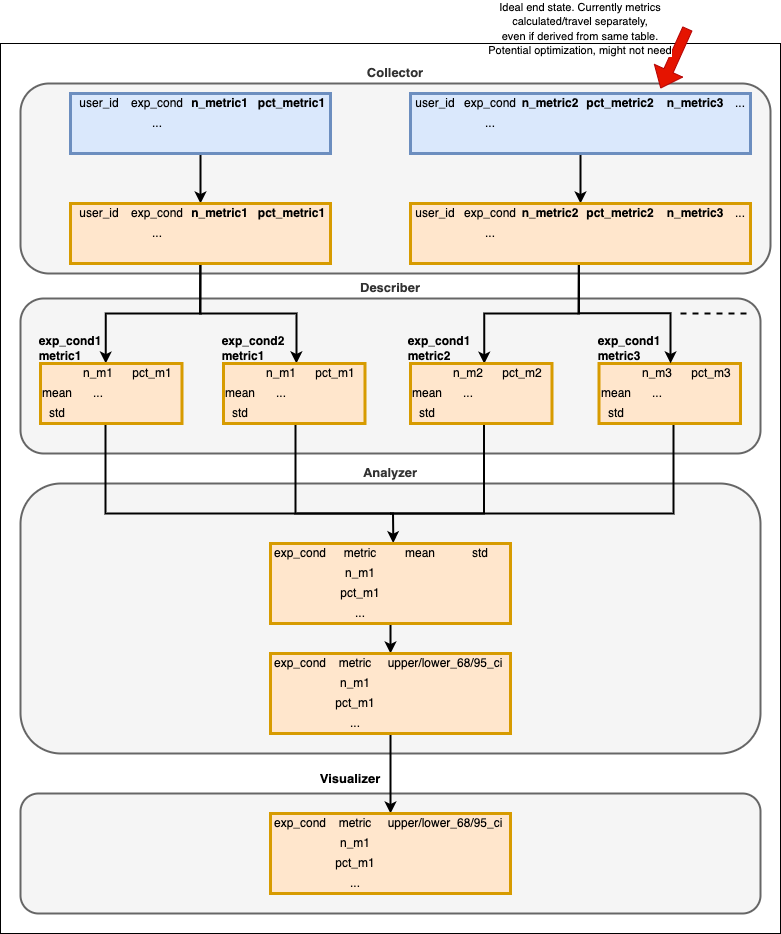
The draw.io diagram images/data_arch.drawio.png in kylekovac/abautomator-swipe, before a commit. Source tidied: cells renumbered, new cells last; positions are measured from the earlier drawing's top-left corner, leaving out a move shared by most shapes.
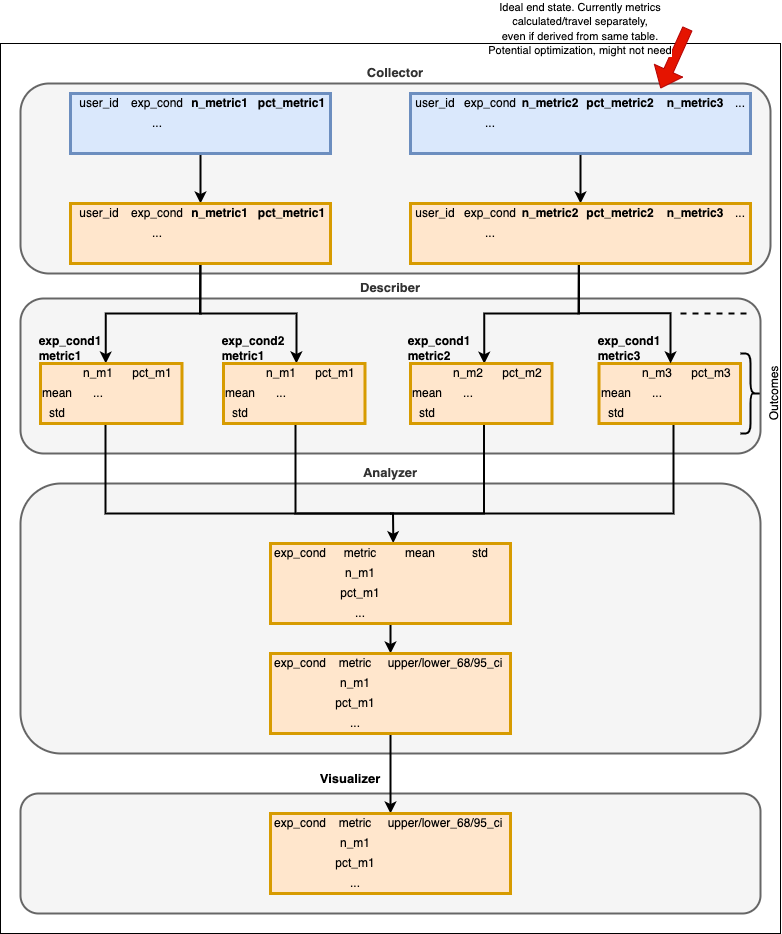
Later version of the same file.

The edit, as a diff of the source:
```diff
@@ -685,5 +685,8 @@
     <mxCell id="209" style="shape=partialRectangle;html=1;whiteSpace=wrap;fillColor=none;top=0;left=0;bottom=0;right=0;overflow=hidden;" parent="206" vertex="1">
       <mxGeometry x="82" width="60" height="20" as="geometry" />
     </mxCell>
+    <mxCell id="210" value="Outcomes" style="shape=curlyBracket;whiteSpace=wrap;html=1;rounded=1;flipH=1;strokeWidth=2;labelPosition=right;verticalLabelPosition=middle;align=center;verticalAlign=top;textDirection=ltr;fillColor=#FFFFFF;horizontal=0;" parent="1" vertex="1">
+      <mxGeometry x="740" y="340" width="20" height="80" as="geometry" />
+    </mxCell>
   </root>
 </mxGraphModel>
```
